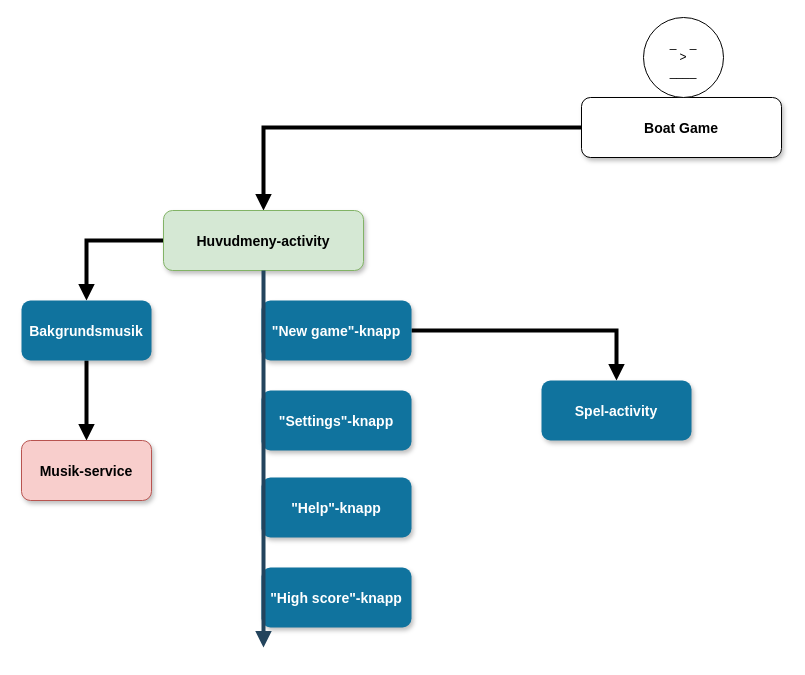
Above: pbs.drawio in erikgilbertsson/BoatGame (draw.io), before the change. Source tidied: cells renumbered, new cells numbered last; positions are measured from the earlier drawing's top-left corner, leaving out a move shared by most shapes. Both pictures are drawn from the tidied source at 100%, with x=0, y=0 at pixel (21, 17).
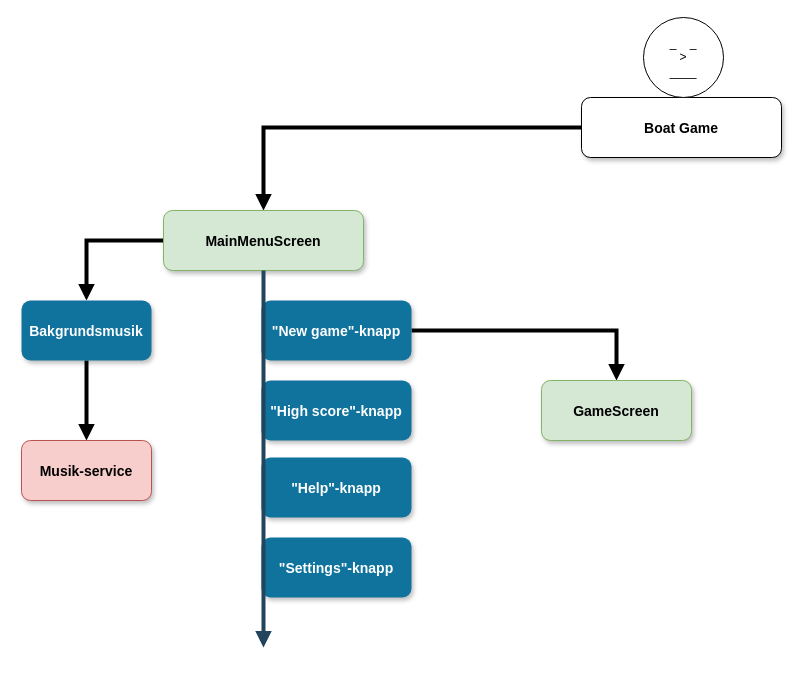
The same diagram, later.

Change to the diagram source:
```diff
@@
 <mxGraphModel background="#ffffff">
   <root>
     <mxCell id="0" />
     <mxCell id="1" parent="0" />
     <mxCell id="2" style="edgeStyle=orthogonalEdgeStyle;rounded=0;jettySize=auto;html=1;entryX=0.5;entryY=0;entryDx=0;entryDy=0;endArrow=block;endFill=1;strokeWidth=4;" parent="1" edge="1" source="3" target="5">
       <mxGeometry relative="1" as="geometry" />
     </mxCell>
     <mxCell id="3" value="Boat Game" style="rounded=1;shadow=1;fontStyle=1;fontSize=14;" parent="1" vertex="1">
       <mxGeometry x="560" y="80" width="200" height="60" as="geometry" />
     </mxCell>
     <mxCell id="4" style="edgeStyle=orthogonalEdgeStyle;rounded=0;jettySize=auto;html=1;endArrow=block;endFill=1;strokeWidth=4;" parent="1" edge="1" source="5" target="14">
       <mxGeometry relative="1" as="geometry" />
     </mxCell>
-    <mxCell id="5" value="Huvudmeny-activity" style="rounded=1;shadow=1;fontStyle=1;fontSize=14;fillColor=#d5e8d4;strokeColor=#82b366;" parent="1" vertex="1">
+    <mxCell id="5" value="MainMenuScreen" style="rounded=1;shadow=1;fontStyle=1;fontSize=14;fillColor=#d5e8d4;strokeColor=#82b366;" parent="1" vertex="1">
       <mxGeometry x="142" y="193" width="200" height="60" as="geometry" />
     </mxCell>
     <mxCell id="6" style="edgeStyle=orthogonalEdgeStyle;rounded=0;jettySize=auto;html=1;endArrow=block;endFill=1;strokeWidth=4;" parent="1" edge="1" source="7" target="16">
       <mxGeometry relative="1" as="geometry" />
     </mxCell>
     <mxCell id="7" value="&quot;New game&quot;-knapp" style="rounded=1;fillColor=#10739E;strokeColor=none;shadow=1;gradientColor=none;fontStyle=1;fontColor=#FFFFFF;fontSize=14;" parent="1" vertex="1">
       <mxGeometry x="240" y="283" width="150" height="60" as="geometry" />
     </mxCell>
     <mxCell id="8" value="&quot;Settings&quot;-knapp" style="rounded=1;fillColor=#10739E;strokeColor=none;shadow=1;gradientColor=none;fontStyle=1;fontColor=#FFFFFF;fontSize=14;" parent="1" vertex="1">
-      <mxGeometry x="240" y="373" width="150" height="60" as="geometry" />
+      <mxGeometry x="240" y="520" width="150" height="60" as="geometry" />
     </mxCell>
     <mxCell id="9" value="&quot;Help&quot;-knapp" style="rounded=1;fillColor=#10739E;strokeColor=none;shadow=1;gradientColor=none;fontStyle=1;fontColor=#FFFFFF;fontSize=14;" parent="1" vertex="1">
-      <mxGeometry x="240" y="460" width="150" height="60" as="geometry" />
+      <mxGeometry x="240" y="440" width="150" height="60" as="geometry" />
     </mxCell>
     <mxCell id="10" value="&quot;High score&quot;-knapp" style="rounded=1;fillColor=#10739E;strokeColor=none;shadow=1;gradientColor=none;fontStyle=1;fontColor=#FFFFFF;fontSize=14;" parent="1" vertex="1">
-      <mxGeometry x="240" y="550" width="150" height="60" as="geometry" />
+      <mxGeometry x="240" y="363" width="150" height="60" as="geometry" />
     </mxCell>
     <mxCell id="11" style="edgeStyle=elbowEdgeStyle;elbow=vertical;strokeWidth=4;endArrow=block;endFill=1;fontStyle=1;strokeColor=#23445D;" parent="1" edge="1" source="5">
       <mxGeometry x="62" y="-47" as="geometry">
         <mxPoint x="242" y="630" as="targetPoint" />
       </mxGeometry>
     </mxCell>
     <mxCell id="12" value="&lt;div&gt;_&amp;nbsp;&amp;nbsp;&amp;nbsp; _&lt;/div&gt;&lt;div&gt;&amp;gt;&lt;/div&gt;&lt;div&gt;____&lt;br&gt;&lt;/div&gt;" style="ellipse;whiteSpace=wrap;html=1;" parent="1" vertex="1">
       <mxGeometry x="622" width="80" height="80" as="geometry" />
     </mxCell>
     <mxCell id="13" style="edgeStyle=orthogonalEdgeStyle;rounded=0;jettySize=auto;html=1;endArrow=block;endFill=1;strokeWidth=4;" parent="1" edge="1" source="14" target="15">
       <mxGeometry relative="1" as="geometry" />
     </mxCell>
     <mxCell id="14" value="Bakgrundsmusik" style="rounded=1;fillColor=#10739E;strokeColor=none;shadow=1;gradientColor=none;fontStyle=1;fontColor=#FFFFFF;fontSize=14;" parent="1" vertex="1">
       <mxGeometry y="283" width="130" height="60" as="geometry" />
     </mxCell>
     <mxCell id="15" value="Musik-service" style="rounded=1;fillColor=#f8cecc;strokeColor=#b85450;shadow=1;fontStyle=1;fontSize=14;" parent="1" vertex="1">
       <mxGeometry y="423" width="130" height="60" as="geometry" />
     </mxCell>
-    <mxCell id="16" value="Spel-activity" style="rounded=1;fillColor=#10739E;strokeColor=none;shadow=1;gradientColor=none;fontStyle=1;fontColor=#FFFFFF;fontSize=14;" parent="1" vertex="1">
+    <mxCell id="16" value="GameScreen" style="rounded=1;fillColor=#d5e8d4;strokeColor=#82b366;shadow=1;fontStyle=1;fontSize=14;" parent="1" vertex="1">
       <mxGeometry x="520" y="363" width="150" height="60" as="geometry" />
     </mxCell>
   </root>
 </mxGraphModel>
```
